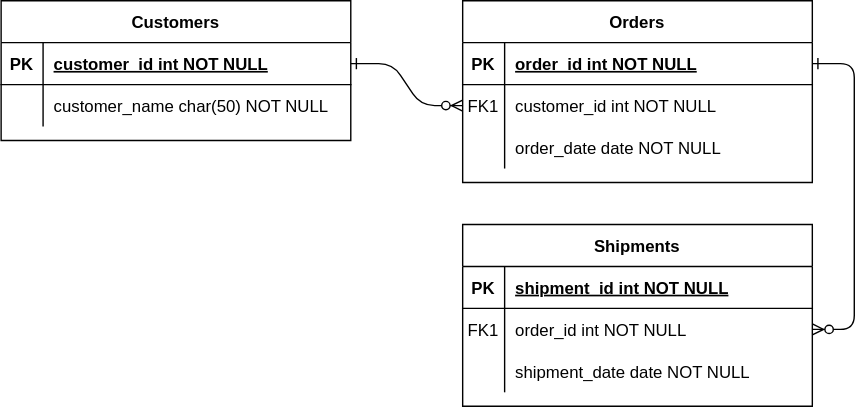
Earlier version of the draw.io export MangeTimeUsecaseEntities drawio.drawio.svg (Sokaraa/Vacation-Tracking-System-). Source tidied: cells renumbered, new cells last; positions are measured from the earlier drawing's top-left corner, leaving out a move shared by most shapes. Its diagram source:
```xml
<mxGraphModel>
  <root>
    <mxCell id="0" />
    <mxCell id="1" parent="0" />
    <mxCell id="2" style="edgeStyle=entityRelationEdgeStyle;endArrow=ERzeroToMany;startArrow=ERone;endFill=1;startFill=0;" parent="1" edge="1" source="25" target="8">
      <mxGeometry relative="1" as="geometry" />
    </mxCell>
    <mxCell id="3" style="edgeStyle=entityRelationEdgeStyle;endArrow=ERzeroToMany;startArrow=ERone;endFill=1;startFill=0;" parent="1" edge="1" source="5" target="18">
      <mxGeometry relative="1" as="geometry" />
    </mxCell>
    <mxCell id="4" value="Orders" style="shape=table;startSize=30;rowLines=0;fontStyle=1;align=center;" parent="1" vertex="1">
      <mxGeometry x="330" width="250" height="130" as="geometry" />
    </mxCell>
    <mxCell id="5" style="shape=partialRectangle;fillColor=none;points=[[0,0.5],[1,0.5]];portConstraint=eastwest;top=0;left=0;right=0;bottom=1;" parent="4" vertex="1">
      <mxGeometry y="30" width="250" height="30" as="geometry" />
    </mxCell>
    <mxCell id="6" value="PK" style="shape=partialRectangle;overflow=hidden;fillColor=none;top=0;left=0;bottom=0;right=0;fontStyle=1;" parent="5" vertex="1">
      <mxGeometry width="30" height="30" as="geometry" />
    </mxCell>
    <mxCell id="7" value="order_id int NOT NULL " style="shape=partialRectangle;overflow=hidden;fillColor=none;top=0;left=0;bottom=0;right=0;align=left;spacingLeft=6;fontStyle=5;" parent="5" vertex="1">
      <mxGeometry x="30" width="220" height="30" as="geometry" />
    </mxCell>
    <mxCell id="8" style="shape=partialRectangle;fillColor=none;points=[[0,0.5],[1,0.5]];portConstraint=eastwest;top=0;left=0;right=0;bottom=0;" parent="4" vertex="1">
      <mxGeometry y="60" width="250" height="30" as="geometry" />
    </mxCell>
    <mxCell id="9" value="FK1" style="shape=partialRectangle;overflow=hidden;fillColor=none;top=0;left=0;bottom=0;right=0;" parent="8" vertex="1">
      <mxGeometry width="30" height="30" as="geometry" />
    </mxCell>
    <mxCell id="10" value="customer_id int NOT NULL" style="shape=partialRectangle;overflow=hidden;fillColor=none;top=0;left=0;bottom=0;right=0;align=left;spacingLeft=6;" parent="8" vertex="1">
      <mxGeometry x="30" width="220" height="30" as="geometry" />
    </mxCell>
    <mxCell id="11" style="shape=partialRectangle;fillColor=none;top=0;left=0;right=0;bottom=0;" parent="4" vertex="1">
      <mxGeometry y="90" width="250" height="30" as="geometry" />
    </mxCell>
    <mxCell id="12" style="shape=partialRectangle;overflow=hidden;fillColor=none;top=0;left=0;bottom=0;right=0;" parent="11" vertex="1">
      <mxGeometry width="30" height="30" as="geometry" />
    </mxCell>
    <mxCell id="13" value="order_date date NOT NULL" style="shape=partialRectangle;overflow=hidden;fillColor=none;top=0;left=0;bottom=0;right=0;align=left;spacingLeft=6;" parent="11" vertex="1">
      <mxGeometry x="30" width="220" height="30" as="geometry" />
    </mxCell>
    <mxCell id="14" value="Shipments" style="shape=table;startSize=30;rowLines=0;fontStyle=1;align=center;" parent="1" vertex="1">
      <mxGeometry x="330" y="160" width="250" height="130" as="geometry" />
    </mxCell>
    <mxCell id="15" style="shape=partialRectangle;fillColor=none;top=0;left=0;right=0;bottom=1;" parent="14" vertex="1">
      <mxGeometry y="30" width="250" height="30" as="geometry" />
    </mxCell>
    <mxCell id="16" value="PK" style="shape=partialRectangle;overflow=hidden;fillColor=none;top=0;left=0;bottom=0;right=0;fontStyle=1;" parent="15" vertex="1">
      <mxGeometry width="30" height="30" as="geometry" />
    </mxCell>
    <mxCell id="17" value="shipment_id int NOT NULL " style="shape=partialRectangle;overflow=hidden;fillColor=none;top=0;left=0;bottom=0;right=0;align=left;spacingLeft=6;fontStyle=5;" parent="15" vertex="1">
      <mxGeometry x="30" width="220" height="30" as="geometry" />
    </mxCell>
    <mxCell id="18" style="shape=partialRectangle;fillColor=none;points=[[0,0.5],[1,0.5]];portConstraint=eastwest;top=0;left=0;right=0;bottom=0;" parent="14" vertex="1">
      <mxGeometry y="60" width="250" height="30" as="geometry" />
    </mxCell>
    <mxCell id="19" value="FK1" style="shape=partialRectangle;overflow=hidden;fillColor=none;top=0;left=0;bottom=0;right=0;" parent="18" vertex="1">
      <mxGeometry width="30" height="30" as="geometry" />
    </mxCell>
    <mxCell id="20" value="order_id int NOT NULL" style="shape=partialRectangle;overflow=hidden;fillColor=none;top=0;left=0;bottom=0;right=0;align=left;spacingLeft=6;" parent="18" vertex="1">
      <mxGeometry x="30" width="220" height="30" as="geometry" />
    </mxCell>
    <mxCell id="21" style="shape=partialRectangle;fillColor=none;top=0;left=0;right=0;bottom=0;" parent="14" vertex="1">
      <mxGeometry y="90" width="250" height="30" as="geometry" />
    </mxCell>
    <mxCell id="22" style="shape=partialRectangle;overflow=hidden;fillColor=none;top=0;left=0;bottom=0;right=0;" parent="21" vertex="1">
      <mxGeometry width="30" height="30" as="geometry" />
    </mxCell>
    <mxCell id="23" value="shipment_date date NOT NULL" style="shape=partialRectangle;overflow=hidden;fillColor=none;top=0;left=0;bottom=0;right=0;align=left;spacingLeft=6;" parent="21" vertex="1">
      <mxGeometry x="30" width="220" height="30" as="geometry" />
    </mxCell>
    <mxCell id="24" value="Customers" style="shape=table;startSize=30;rowLines=0;fontStyle=1;align=center;" parent="1" vertex="1">
      <mxGeometry width="250" height="100" as="geometry" />
    </mxCell>
    <mxCell id="25" style="shape=partialRectangle;fillColor=none;points=[[0,0.5],[1,0.5]];portConstraint=eastwest;top=0;left=0;right=0;bottom=1;" parent="24" vertex="1">
      <mxGeometry y="30" width="250" height="30" as="geometry" />
    </mxCell>
    <mxCell id="26" value="PK" style="shape=partialRectangle;overflow=hidden;fillColor=none;top=0;left=0;bottom=0;right=0;fontStyle=1;" parent="25" vertex="1">
      <mxGeometry width="30" height="30" as="geometry" />
    </mxCell>
    <mxCell id="27" value="customer_id int NOT NULL " style="shape=partialRectangle;overflow=hidden;fillColor=none;top=0;left=0;bottom=0;right=0;align=left;spacingLeft=6;fontStyle=5;" parent="25" vertex="1">
      <mxGeometry x="30" width="220" height="30" as="geometry" />
    </mxCell>
    <mxCell id="28" style="shape=partialRectangle;fillColor=none;top=0;left=0;right=0;bottom=0;" parent="24" vertex="1">
      <mxGeometry y="60" width="250" height="30" as="geometry" />
    </mxCell>
    <mxCell id="29" style="shape=partialRectangle;overflow=hidden;fillColor=none;top=0;left=0;bottom=0;right=0;" parent="28" vertex="1">
      <mxGeometry width="30" height="30" as="geometry" />
    </mxCell>
    <mxCell id="30" value="customer_name char(50) NOT NULL" style="shape=partialRectangle;overflow=hidden;fillColor=none;top=0;left=0;bottom=0;right=0;align=left;spacingLeft=6;" parent="28" vertex="1">
      <mxGeometry x="30" width="220" height="30" as="geometry" />
    </mxCell>
  </root>
</mxGraphModel>
```
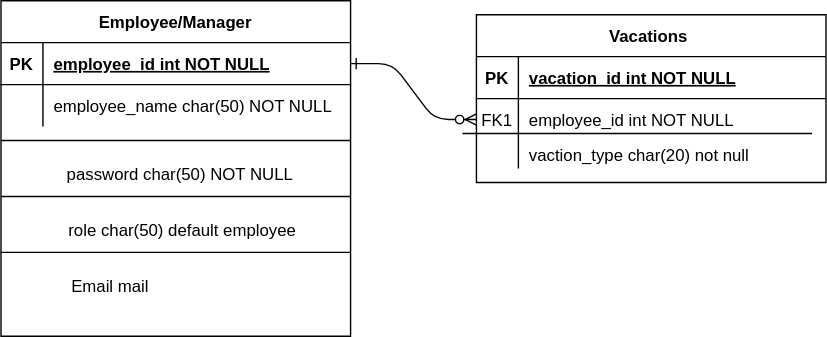
Later version of the same file.

The edit, as a diff of the source:
```diff
@@ -5,11 +5,59 @@
     <mxCell id="2" style="edgeStyle=entityRelationEdgeStyle;endArrow=ERzeroToMany;startArrow=ERone;endFill=1;startFill=0;" parent="1" edge="1" source="25" target="8">
       <mxGeometry relative="1" as="geometry" />
     </mxCell>
-    <mxCell id="3" style="edgeStyle=entityRelationEdgeStyle;endArrow=ERzeroToMany;startArrow=ERone;endFill=1;startFill=0;" parent="1" edge="1" source="5" target="18">
-      <mxGeometry relative="1" as="geometry" />
-    </mxCell>
+    <mxCell id="24" value="Employee/Manager" style="shape=table;startSize=30;rowLines=0;fontStyle=1;align=center;" parent="1" vertex="1">
+      <mxGeometry width="250" height="240" as="geometry" />
+    </mxCell>
+    <mxCell id="25" style="shape=partialRectangle;fillColor=none;points=[[0,0.5],[1,0.5]];portConstraint=eastwest;top=0;left=0;right=0;bottom=1;" parent="24" vertex="1">
+      <mxGeometry y="30" width="250" height="30" as="geometry" />
+    </mxCell>
+    <mxCell id="26" value="PK" style="shape=partialRectangle;overflow=hidden;fillColor=none;top=0;left=0;bottom=0;right=0;fontStyle=1;" parent="25" vertex="1">
+      <mxGeometry width="30" height="30" as="geometry" />
+    </mxCell>
+    <mxCell id="27" value="employee_id int NOT NULL " style="shape=partialRectangle;overflow=hidden;fillColor=none;top=0;left=0;bottom=0;right=0;align=left;spacingLeft=6;fontStyle=5;" parent="25" vertex="1">
+      <mxGeometry x="30" width="220" height="30" as="geometry" />
+    </mxCell>
+    <mxCell id="28" style="shape=partialRectangle;fillColor=none;top=0;left=0;right=0;bottom=0;" parent="24" vertex="1">
+      <mxGeometry y="60" width="250" height="30" as="geometry" />
+    </mxCell>
+    <mxCell id="29" style="shape=partialRectangle;overflow=hidden;fillColor=none;top=0;left=0;bottom=0;right=0;" parent="28" vertex="1">
+      <mxGeometry width="30" height="30" as="geometry" />
+    </mxCell>
+    <mxCell id="30" value="employee_name char(50) NOT NULL" style="shape=partialRectangle;overflow=hidden;fillColor=none;top=0;left=0;bottom=0;right=0;align=left;spacingLeft=6;" parent="28" vertex="1">
+      <mxGeometry x="30" width="220" height="30" as="geometry" />
+    </mxCell>
+    <mxCell id="31" style="line;strokeWidth=1;dashed=0;labelPosition=right;align=left;verticalAlign=middle;spacingTop=0;spacingLeft=6;" parent="1" vertex="1">
+      <mxGeometry x="330" y="90" width="250" height="10" as="geometry" />
+    </mxCell>
+    <mxCell id="32" style="endArrow=none;html=1;rounded=0;" parent="1" edge="1">
+      <mxGeometry relative="1" as="geometry">
+        <mxPoint y="100" as="sourcePoint" />
+        <mxPoint x="250" y="100" as="targetPoint" />
+      </mxGeometry>
+    </mxCell>
+    <mxCell id="33" style="endArrow=none;html=1;rounded=0;" parent="1" edge="1">
+      <mxGeometry relative="1" as="geometry">
+        <mxPoint y="140" as="sourcePoint" />
+        <mxPoint x="250" y="140" as="targetPoint" />
+      </mxGeometry>
+    </mxCell>
+    <mxCell id="34" value="password char(50) NOT NULL&amp;nbsp;" style="text;html=1;whiteSpace=wrap;strokeColor=none;fillColor=none;align=center;verticalAlign=middle;rounded=0;" parent="1" vertex="1">
+      <mxGeometry x="40" y="110" width="180" height="30" as="geometry" />
+    </mxCell>
+    <mxCell id="35" style="endArrow=none;html=1;rounded=0;" parent="1" edge="1">
+      <mxGeometry relative="1" as="geometry">
+        <mxPoint y="180" as="sourcePoint" />
+        <mxPoint x="250" y="180" as="targetPoint" />
+      </mxGeometry>
+    </mxCell>
+    <mxCell id="36" value="role char(50) default employee" style="text;html=1;whiteSpace=wrap;strokeColor=none;fillColor=none;align=center;verticalAlign=middle;rounded=0;" parent="1" vertex="1">
+      <mxGeometry x="30" y="150" width="200" height="30" as="geometry" />
+    </mxCell>
+    <mxCell id="37" value="Email mail&amp;nbsp;" style="text;html=1;whiteSpace=wrap;strokeColor=none;fillColor=none;align=center;verticalAlign=middle;rounded=0;" parent="1" vertex="1">
+      <mxGeometry x="30" y="190" width="100" height="30" as="geometry" />
+    </mxCell>
-    <mxCell id="4" value="Orders" style="shape=table;startSize=30;rowLines=0;fontStyle=1;align=center;" parent="1" vertex="1">
-      <mxGeometry x="330" width="250" height="130" as="geometry" />
+    <mxCell id="4" value="Vacations " style="shape=table;startSize=30;rowLines=0;fontStyle=1;align=center;" parent="1" vertex="1">
+      <mxGeometry x="340" y="10" width="250" height="120" as="geometry" />
     </mxCell>
     <mxCell id="5" style="shape=partialRectangle;fillColor=none;points=[[0,0.5],[1,0.5]];portConstraint=eastwest;top=0;left=0;right=0;bottom=1;" parent="4" vertex="1">
       <mxGeometry y="30" width="250" height="30" as="geometry" />
@@ -17,7 +65,7 @@
     <mxCell id="6" value="PK" style="shape=partialRectangle;overflow=hidden;fillColor=none;top=0;left=0;bottom=0;right=0;fontStyle=1;" parent="5" vertex="1">
       <mxGeometry width="30" height="30" as="geometry" />
     </mxCell>
-    <mxCell id="7" value="order_id int NOT NULL " style="shape=partialRectangle;overflow=hidden;fillColor=none;top=0;left=0;bottom=0;right=0;align=left;spacingLeft=6;fontStyle=5;" parent="5" vertex="1">
+    <mxCell id="7" value="vacation_id int NOT NULL " style="shape=partialRectangle;overflow=hidden;fillColor=none;top=0;left=0;bottom=0;right=0;align=left;spacingLeft=6;fontStyle=5;" parent="5" vertex="1">
       <mxGeometry x="30" width="220" height="30" as="geometry" />
     </mxCell>
     <mxCell id="8" style="shape=partialRectangle;fillColor=none;points=[[0,0.5],[1,0.5]];portConstraint=eastwest;top=0;left=0;right=0;bottom=0;" parent="4" vertex="1">
@@ -26,68 +74,17 @@
     <mxCell id="9" value="FK1" style="shape=partialRectangle;overflow=hidden;fillColor=none;top=0;left=0;bottom=0;right=0;" parent="8" vertex="1">
       <mxGeometry width="30" height="30" as="geometry" />
     </mxCell>
-    <mxCell id="10" value="customer_id int NOT NULL" style="shape=partialRectangle;overflow=hidden;fillColor=none;top=0;left=0;bottom=0;right=0;align=left;spacingLeft=6;" parent="8" vertex="1">
+    <mxCell id="10" value="employee_id int NOT NULL" style="shape=partialRectangle;overflow=hidden;fillColor=none;top=0;left=0;bottom=0;right=0;align=left;spacingLeft=6;" parent="8" vertex="1">
       <mxGeometry x="30" width="220" height="30" as="geometry" />
     </mxCell>
     <mxCell id="11" style="shape=partialRectangle;fillColor=none;top=0;left=0;right=0;bottom=0;" parent="4" vertex="1">
-      <mxGeometry y="90" width="250" height="30" as="geometry" />
+      <mxGeometry y="90" width="250" height="20" as="geometry" />
     </mxCell>
     <mxCell id="12" style="shape=partialRectangle;overflow=hidden;fillColor=none;top=0;left=0;bottom=0;right=0;" parent="11" vertex="1">
-      <mxGeometry width="30" height="30" as="geometry" />
+      <mxGeometry width="30" height="20" as="geometry" />
     </mxCell>
-    <mxCell id="13" value="order_date date NOT NULL" style="shape=partialRectangle;overflow=hidden;fillColor=none;top=0;left=0;bottom=0;right=0;align=left;spacingLeft=6;" parent="11" vertex="1">
-      <mxGeometry x="30" width="220" height="30" as="geometry" />
+    <mxCell id="13" value="vaction_type char(20) not null " style="shape=partialRectangle;overflow=hidden;fillColor=none;top=0;left=0;bottom=0;right=0;align=left;spacingLeft=6;" parent="11" vertex="1">
+      <mxGeometry x="30" width="220" height="20" as="geometry" />
     </mxCell>
-    <mxCell id="14" value="Shipments" style="shape=table;startSize=30;rowLines=0;fontStyle=1;align=center;" parent="1" vertex="1">
-      <mxGeometry x="330" y="160" width="250" height="130" as="geometry" />
-    </mxCell>
-    <mxCell id="15" style="shape=partialRectangle;fillColor=none;top=0;left=0;right=0;bottom=1;" parent="14" vertex="1">
-      <mxGeometry y="30" width="250" height="30" as="geometry" />
-    </mxCell>
-    <mxCell id="16" value="PK" style="shape=partialRectangle;overflow=hidden;fillColor=none;top=0;left=0;bottom=0;right=0;fontStyle=1;" parent="15" vertex="1">
-      <mxGeometry width="30" height="30" as="geometry" />
-    </mxCell>
-    <mxCell id="17" value="shipment_id int NOT NULL " style="shape=partialRectangle;overflow=hidden;fillColor=none;top=0;left=0;bottom=0;right=0;align=left;spacingLeft=6;fontStyle=5;" parent="15" vertex="1">
-      <mxGeometry x="30" width="220" height="30" as="geometry" />
-    </mxCell>
-    <mxCell id="18" style="shape=partialRectangle;fillColor=none;points=[[0,0.5],[1,0.5]];portConstraint=eastwest;top=0;left=0;right=0;bottom=0;" parent="14" vertex="1">
-      <mxGeometry y="60" width="250" height="30" as="geometry" />
-    </mxCell>
-    <mxCell id="19" value="FK1" style="shape=partialRectangle;overflow=hidden;fillColor=none;top=0;left=0;bottom=0;right=0;" parent="18" vertex="1">
-      <mxGeometry width="30" height="30" as="geometry" />
-    </mxCell>
-    <mxCell id="20" value="order_id int NOT NULL" style="shape=partialRectangle;overflow=hidden;fillColor=none;top=0;left=0;bottom=0;right=0;align=left;spacingLeft=6;" parent="18" vertex="1">
-      <mxGeometry x="30" width="220" height="30" as="geometry" />
-    </mxCell>
-    <mxCell id="21" style="shape=partialRectangle;fillColor=none;top=0;left=0;right=0;bottom=0;" parent="14" vertex="1">
-      <mxGeometry y="90" width="250" height="30" as="geometry" />
-    </mxCell>
-    <mxCell id="22" style="shape=partialRectangle;overflow=hidden;fillColor=none;top=0;left=0;bottom=0;right=0;" parent="21" vertex="1">
-      <mxGeometry width="30" height="30" as="geometry" />
-    </mxCell>
-    <mxCell id="23" value="shipment_date date NOT NULL" style="shape=partialRectangle;overflow=hidden;fillColor=none;top=0;left=0;bottom=0;right=0;align=left;spacingLeft=6;" parent="21" vertex="1">
-      <mxGeometry x="30" width="220" height="30" as="geometry" />
-    </mxCell>
-    <mxCell id="24" value="Customers" style="shape=table;startSize=30;rowLines=0;fontStyle=1;align=center;" parent="1" vertex="1">
-      <mxGeometry width="250" height="100" as="geometry" />
-    </mxCell>
-    <mxCell id="25" style="shape=partialRectangle;fillColor=none;points=[[0,0.5],[1,0.5]];portConstraint=eastwest;top=0;left=0;right=0;bottom=1;" parent="24" vertex="1">
-      <mxGeometry y="30" width="250" height="30" as="geometry" />
-    </mxCell>
-    <mxCell id="26" value="PK" style="shape=partialRectangle;overflow=hidden;fillColor=none;top=0;left=0;bottom=0;right=0;fontStyle=1;" parent="25" vertex="1">
-      <mxGeometry width="30" height="30" as="geometry" />
-    </mxCell>
-    <mxCell id="27" value="customer_id int NOT NULL " style="shape=partialRectangle;overflow=hidden;fillColor=none;top=0;left=0;bottom=0;right=0;align=left;spacingLeft=6;fontStyle=5;" parent="25" vertex="1">
-      <mxGeometry x="30" width="220" height="30" as="geometry" />
-    </mxCell>
-    <mxCell id="28" style="shape=partialRectangle;fillColor=none;top=0;left=0;right=0;bottom=0;" parent="24" vertex="1">
-      <mxGeometry y="60" width="250" height="30" as="geometry" />
-    </mxCell>
-    <mxCell id="29" style="shape=partialRectangle;overflow=hidden;fillColor=none;top=0;left=0;bottom=0;right=0;" parent="28" vertex="1">
-      <mxGeometry width="30" height="30" as="geometry" />
-    </mxCell>
-    <mxCell id="30" value="customer_name char(50) NOT NULL" style="shape=partialRectangle;overflow=hidden;fillColor=none;top=0;left=0;bottom=0;right=0;align=left;spacingLeft=6;" parent="28" vertex="1">
-      <mxGeometry x="30" width="220" height="30" as="geometry" />
-    </mxCell>
   </root>
 </mxGraphModel>
```
